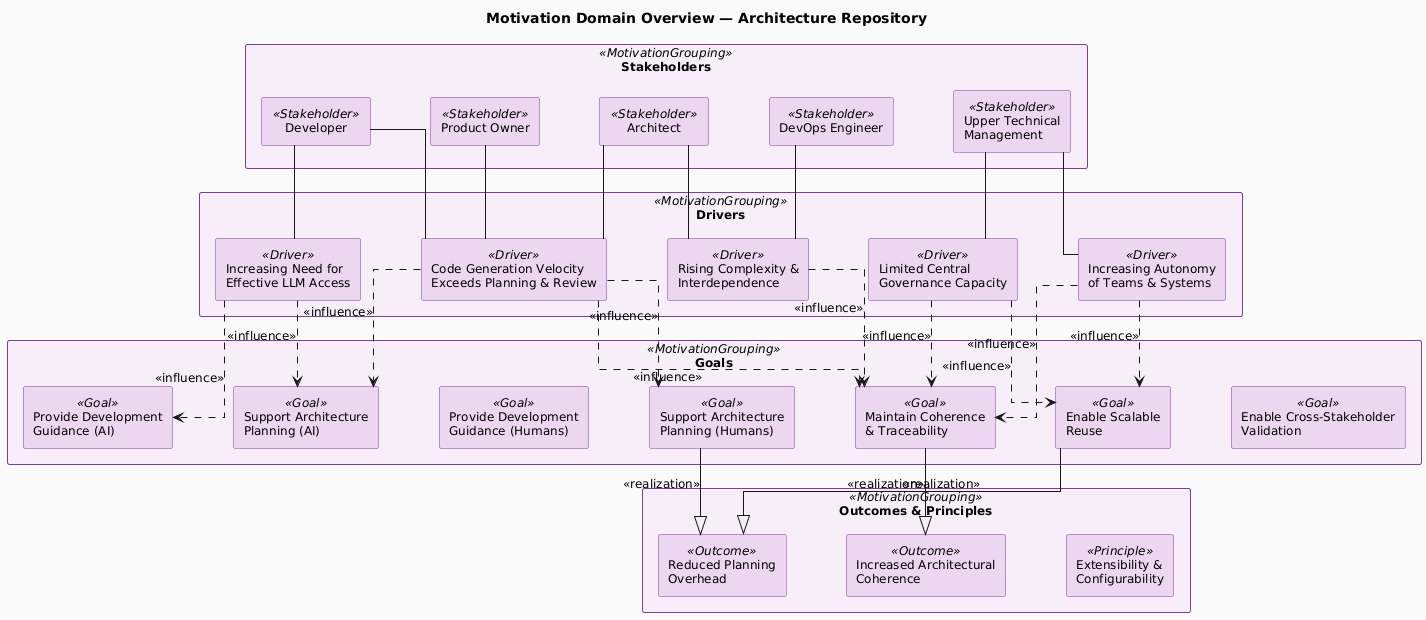
Above: engagements/ENG-ARCH-REPO/architecture-repository/diagram-catalog/rendered/motivation-overview.png in mbauer83/assisted-architecture-management (PlantUML), before the change. Source of this version:
```plantuml
@startuml motivation-overview
!include ../_archimate-stereotypes.puml

top to bottom direction

title Motivation Domain Overview — Architecture Repository

rectangle "Stakeholders" <<MotivationGrouping>> {
  rectangle "Architect" <<Stakeholder>> as STK_aB3dE1
  rectangle "Product Owner" <<Stakeholder>> as STK_Zp8Lm4
  rectangle "Developer" <<Stakeholder>> as STK_K9xTq2
  rectangle "DevOps Engineer" <<Stakeholder>> as STK_4oprPM
  rectangle "Upper Technical\nManagement" <<Stakeholder>> as STK_Rr9Ss9
}

rectangle "Drivers" <<MotivationGrouping>> {
  rectangle "Code Generation Velocity\nExceeds Planning & Review" <<Driver>> as DRV_Qw7Er1
  rectangle "Rising Complexity &\nInterdependence" <<Driver>> as DRV_Ui5Op3
  rectangle "Increasing Autonomy\nof Teams & Systems" <<Driver>> as DRV_Rt6Yu2
  rectangle "Limited Central\nGovernance Capacity" <<Driver>> as DRV_As4Df4
  rectangle "Increasing Need for\nEffective LLM Access" <<Driver>> as DRV_ui6GDN
}

rectangle "Goals" <<MotivationGrouping>> {
  rectangle "Support Architecture\nPlanning (Humans)" <<Goal>> as GOL_5Fk9di
  rectangle "Maintain Coherence\n& Traceability" <<Goal>> as GOL_Po1Qw3
  rectangle "Enable Scalable\nReuse" <<Goal>> as GOL_Zx9Cv4
  rectangle "Enable Cross-Stakeholder\nValidation" <<Goal>> as GOL_Lm2Bn2
  rectangle "Support Architecture\nPlanning (AI)" <<Goal>> as GOL_Iwha3
  rectangle "Provide Development\nGuidance (Humans)" <<Goal>> as GOL_Gh3Jk1
  rectangle "Provide Development\nGuidance (AI)" <<Goal>> as GOL_e3nCpO
}

rectangle "Outcomes & Principles" <<MotivationGrouping>> {
  rectangle "Increased Architectural\nCoherence" <<Outcome>> as OUT_LrpdG0
  rectangle "Reduced Planning\nOverhead" <<Outcome>> as OUT_AlZjX8
  rectangle "Extensibility &\nConfigurability" <<Principle>> as PRI_uraDPR
}

STK_aB3dE1 -[hidden]right- STK_Zp8Lm4
STK_Zp8Lm4 -[hidden]right- STK_K9xTq2
STK_K9xTq2 -[hidden]right- STK_4oprPM
STK_4oprPM -[hidden]right- STK_Rr9Ss9

DRV_Qw7Er1 -[hidden]right- DRV_Ui5Op3
DRV_Ui5Op3 -[hidden]right- DRV_Rt6Yu2
DRV_Rt6Yu2 -[hidden]right- DRV_As4Df4
DRV_As4Df4 -[hidden]right- DRV_ui6GDN

GOL_5Fk9di -[hidden]right- GOL_Po1Qw3
GOL_Po1Qw3 -[hidden]right- GOL_Zx9Cv4
GOL_Zx9Cv4 -[hidden]right- GOL_Lm2Bn2
GOL_Lm2Bn2 -[hidden]right- GOL_Iwha3
GOL_Iwha3 -[hidden]right- GOL_Gh3Jk1
GOL_Gh3Jk1 -[hidden]right- GOL_e3nCpO

OUT_LrpdG0 -[hidden]right- OUT_AlZjX8
OUT_AlZjX8 -[hidden]right- PRI_uraDPR

STK_aB3dE1 -down- DRV_Qw7Er1
STK_aB3dE1 -down- DRV_Ui5Op3
STK_Zp8Lm4 -down- DRV_Qw7Er1
STK_K9xTq2 -down- DRV_Qw7Er1
STK_K9xTq2 -down- DRV_ui6GDN
STK_4oprPM -down- DRV_Ui5Op3
STK_Rr9Ss9 -down- DRV_Rt6Yu2
STK_Rr9Ss9 -down- DRV_As4Df4

DRV_Qw7Er1 .down.> GOL_Po1Qw3 : <<influence>>
DRV_Qw7Er1 .down.> GOL_5Fk9di : <<influence>>
DRV_Qw7Er1 .down.> GOL_Iwha3 : <<influence>>
DRV_Rt6Yu2 .down.> GOL_Zx9Cv4 : <<influence>>
DRV_Rt6Yu2 .down.> GOL_Po1Qw3 : <<influence>>
DRV_Ui5Op3 .down.> GOL_Po1Qw3 : <<influence>>
DRV_As4Df4 .down.> GOL_Po1Qw3 : <<influence>>
DRV_As4Df4 .down.> GOL_Zx9Cv4 : <<influence>>
DRV_ui6GDN .down.> GOL_Iwha3 : <<influence>>
DRV_ui6GDN .down.> GOL_e3nCpO : <<influence>>

GOL_Po1Qw3 -down-|> OUT_LrpdG0 : <<realization>>
GOL_Zx9Cv4 -down-|> OUT_AlZjX8 : <<realization>>
GOL_5Fk9di -down-|> OUT_AlZjX8 : <<realization>>

@enduml
```
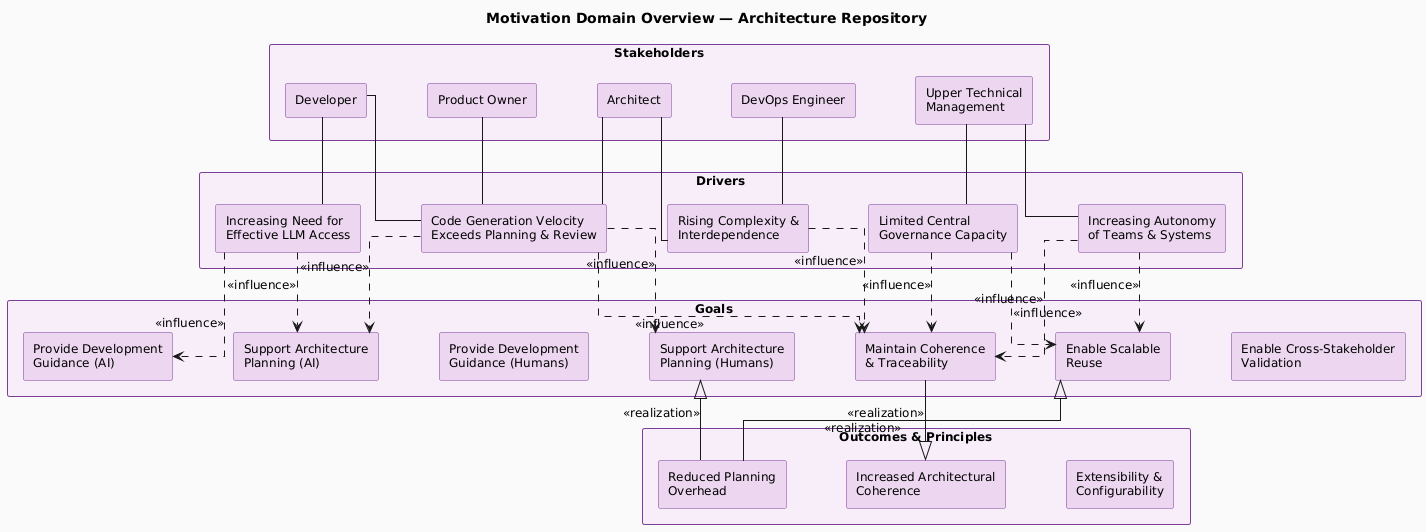
The same diagram one commit later.

The edit, as a diff of the source:
```diff
@@ -41,21 +41,23 @@
 STK_Zp8Lm4 -[hidden]right- STK_K9xTq2
 STK_K9xTq2 -[hidden]right- STK_4oprPM
 STK_4oprPM -[hidden]right- STK_Rr9Ss9
-
 DRV_Qw7Er1 -[hidden]right- DRV_Ui5Op3
 DRV_Ui5Op3 -[hidden]right- DRV_Rt6Yu2
 DRV_Rt6Yu2 -[hidden]right- DRV_As4Df4
 DRV_As4Df4 -[hidden]right- DRV_ui6GDN
-
 GOL_5Fk9di -[hidden]right- GOL_Po1Qw3
 GOL_Po1Qw3 -[hidden]right- GOL_Zx9Cv4
 GOL_Zx9Cv4 -[hidden]right- GOL_Lm2Bn2
 GOL_Lm2Bn2 -[hidden]right- GOL_Iwha3
 GOL_Iwha3 -[hidden]right- GOL_Gh3Jk1
 GOL_Gh3Jk1 -[hidden]right- GOL_e3nCpO
-
 OUT_LrpdG0 -[hidden]right- OUT_AlZjX8
 OUT_AlZjX8 -[hidden]right- PRI_uraDPR
+
+
+
+
+
 
 STK_aB3dE1 -down- DRV_Qw7Er1
 STK_aB3dE1 -down- DRV_Ui5Op3
@@ -78,7 +80,7 @@
 DRV_ui6GDN .down.> GOL_e3nCpO : <<influence>>
 
 GOL_Po1Qw3 -down-|> OUT_LrpdG0 : <<realization>>
-GOL_Zx9Cv4 -down-|> OUT_AlZjX8 : <<realization>>
-GOL_5Fk9di -down-|> OUT_AlZjX8 : <<realization>>
+OUT_AlZjX8 -up-|> GOL_Zx9Cv4 : <<realization>>
+OUT_AlZjX8 -up-|> GOL_5Fk9di : <<realization>>
 
 @enduml
```
